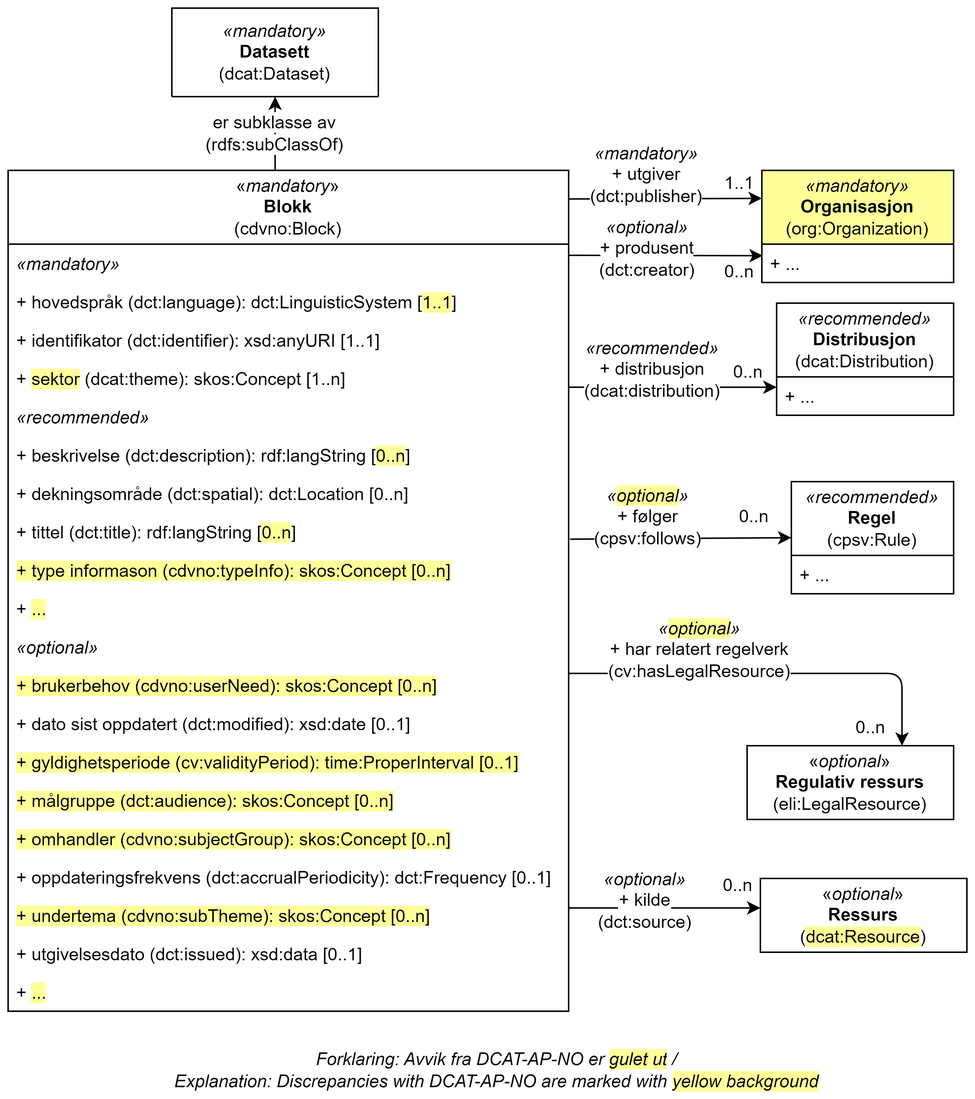
Earlier version of the draw.io export docs/images/cdvno-block.png (Informasjonsforvaltning/cdvno). Source tidied: cells renumbered, new cells last; positions are measured from the earlier drawing's top-left corner, leaving out a move shared by most shapes.
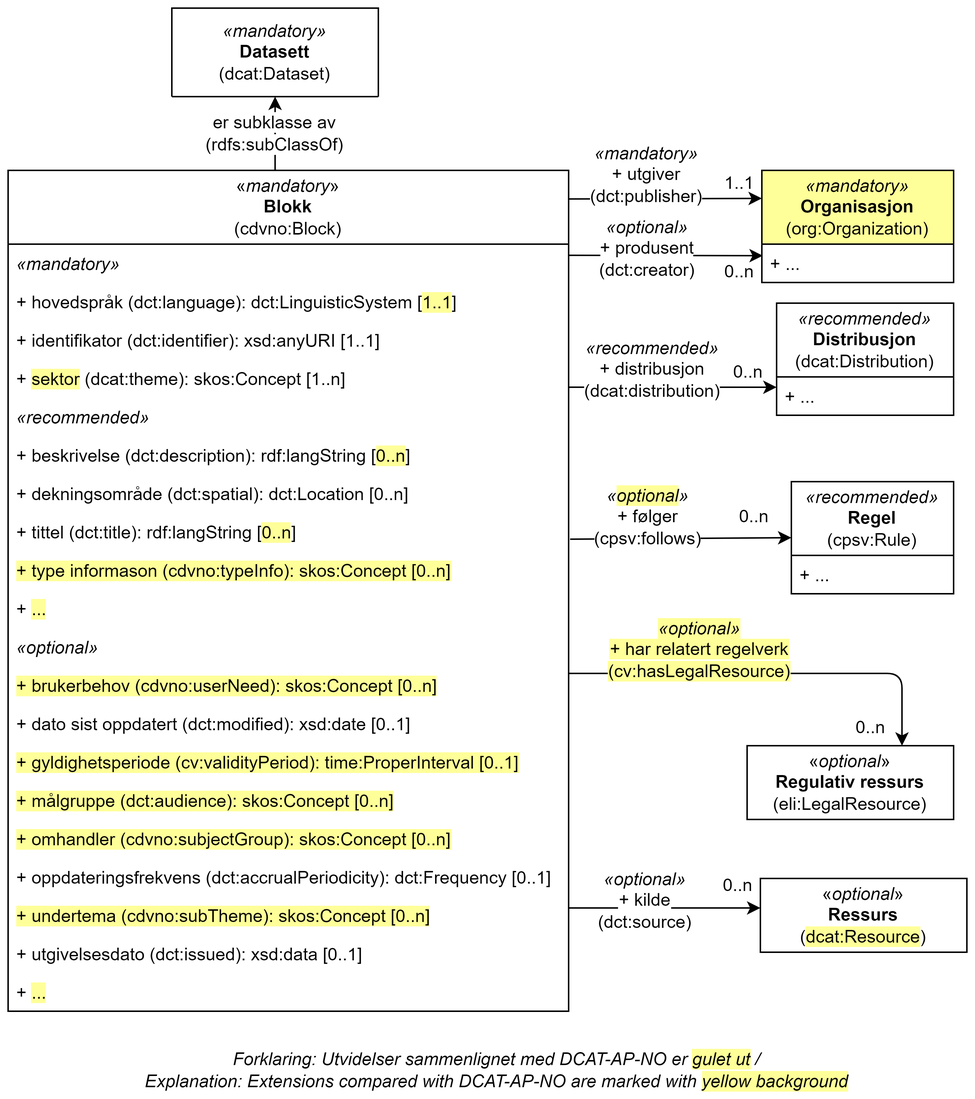
Above is the later version.

Change to the diagram source:
```diff
@@ -145,7 +145,7 @@
         </Array>
       </mxGeometry>
     </mxCell>
-    <mxCell id="46" value="&lt;i style=&quot;border-color: var(--border-color);&quot;&gt;«&lt;span style=&quot;background-color: rgb(255, 255, 153);&quot;&gt;optional&lt;/span&gt;»&lt;br&gt;&lt;/i&gt;&lt;span style=&quot;background-color: rgb(255, 255, 255);&quot;&gt;+ har relatert regelverk&lt;br&gt;(cv:hasLegalResource)&lt;/span&gt;" style="text;html=1;strokeColor=none;fillColor=none;align=center;verticalAlign=middle;whiteSpace=wrap;rounded=0;" parent="1" vertex="1">
+    <mxCell id="46" value="&lt;span style=&quot;background-color: rgb(255, 255, 153);&quot;&gt;&lt;i style=&quot;border-color: var(--border-color);&quot;&gt;«optional»&lt;br&gt;&lt;/i&gt;+ har relatert regelverk&lt;br&gt;(cv:hasLegalResource)&lt;/span&gt;" style="text;html=1;strokeColor=none;fillColor=none;align=center;verticalAlign=middle;whiteSpace=wrap;rounded=0;" parent="1" vertex="1">
       <mxGeometry x="437" y="420" width="64" height="30" as="geometry" />
     </mxCell>
     <mxCell id="47" value="0..n" style="text;html=1;strokeColor=none;fillColor=none;align=center;verticalAlign=middle;whiteSpace=wrap;rounded=0;" parent="1" vertex="1">
@@ -166,7 +166,7 @@
     <mxCell id="51" value="«&lt;i&gt;optional&lt;/i&gt;»&lt;br&gt;&lt;b&gt;Ressurs&lt;/b&gt;&lt;br&gt;(&lt;span style=&quot;background-color: rgb(255, 255, 153);&quot;&gt;dcat:Resource&lt;/span&gt;)" style="rounded=0;whiteSpace=wrap;html=1;fillColor=default;strokeColor=#000000;" parent="1" vertex="1">
       <mxGeometry x="510" y="590" width="140" height="50" as="geometry" />
     </mxCell>
-    <mxCell id="52" value="Forklaring: Avvik fra DCAT-AP-NO er&amp;nbsp;&lt;span style=&quot;background-color: rgb(255, 255, 153);&quot;&gt;gulet ut&lt;/span&gt;&lt;span style=&quot;background-color: rgb(255 , 255 , 255)&quot;&gt;&amp;nbsp;/ &lt;br&gt;Explanation: Discrepancies with DCAT-AP-NO&amp;nbsp;are marked with&amp;nbsp;&lt;/span&gt;&lt;span style=&quot;background-color: rgb(255, 255, 153);&quot;&gt;yellow background&lt;/span&gt;" style="text;html=1;strokeColor=none;fillColor=none;align=center;verticalAlign=middle;whiteSpace=wrap;rounded=0;fontStyle=2;" parent="1" vertex="1">
+    <mxCell id="52" value="Forklaring: Utvidelser sammenlignet med DCAT-AP-NO er&amp;nbsp;&lt;span style=&quot;background-color: rgb(255, 255, 153);&quot;&gt;gulet ut&lt;/span&gt;&lt;span style=&quot;background-color: rgb(255 , 255 , 255)&quot;&gt;&amp;nbsp;/ &lt;br&gt;Explanation: Extensions compared with DCAT-AP-NO&amp;nbsp;are marked with&amp;nbsp;&lt;/span&gt;&lt;span style=&quot;background-color: rgb(255, 255, 153);&quot;&gt;yellow background&lt;/span&gt;" style="text;html=1;strokeColor=none;fillColor=none;align=center;verticalAlign=middle;whiteSpace=wrap;rounded=0;fontStyle=2;" parent="1" vertex="1">
       <mxGeometry x="81" y="710" width="501" height="20" as="geometry" />
     </mxCell>
   </root>
```
